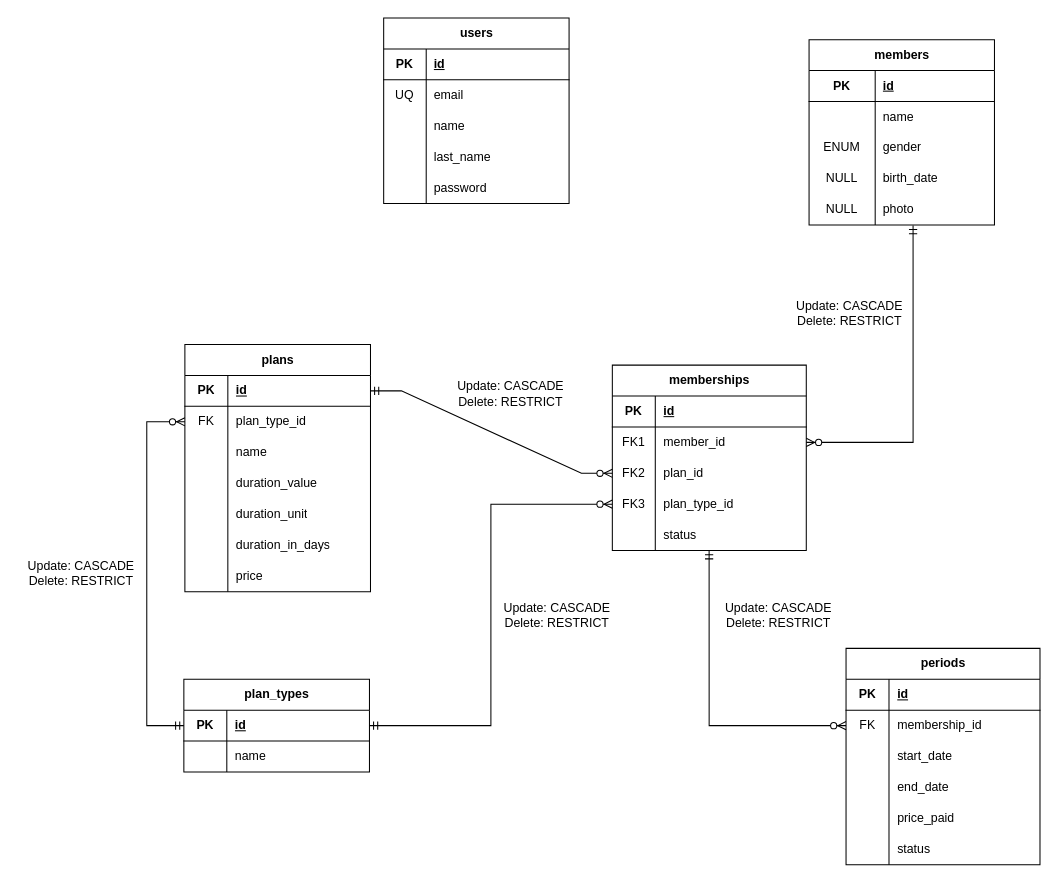
Before: docs/logical-design.drawio in hdz-kevin/TecnoGym, a draw.io diagram. Source tidied: cells renumbered, new cells numbered last; positions are measured from the earlier drawing's top-left corner, leaving out a move shared by most shapes. Both pictures are drawn from the tidied source at 103%, with x=0, y=0 at pixel (18, 18).
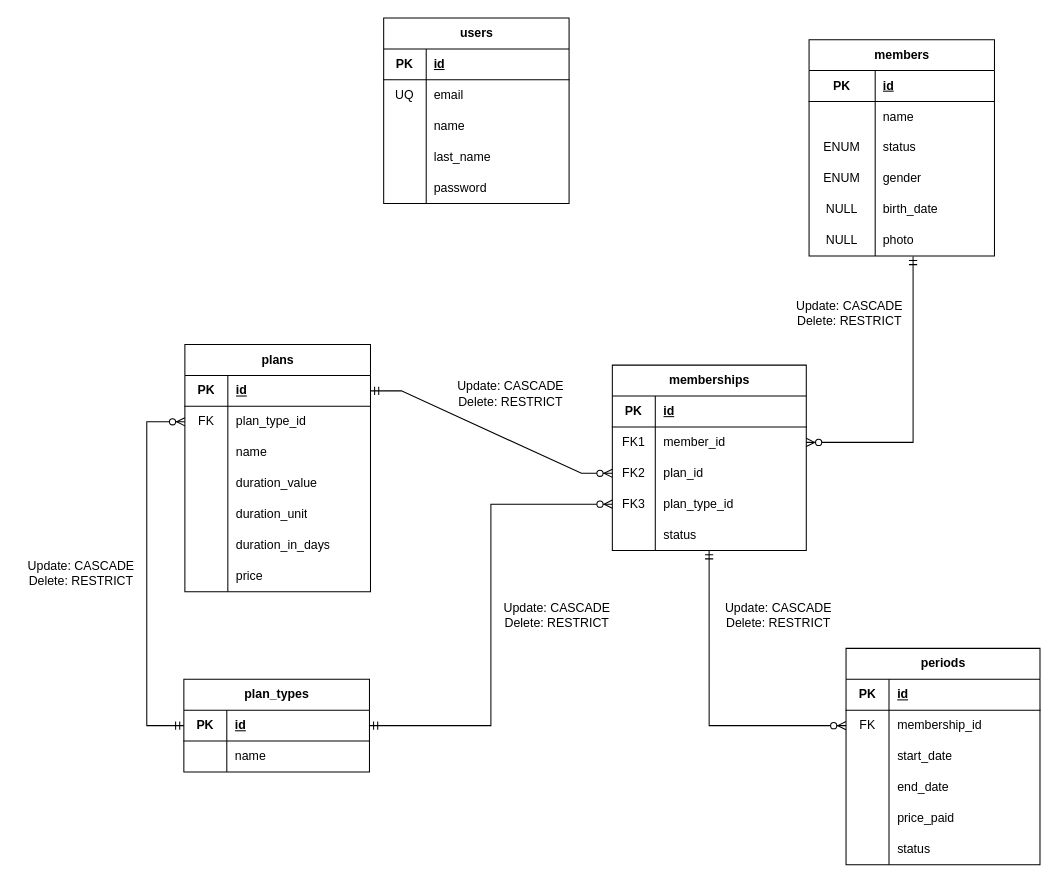
After the change.

Commit message (it also covers changes not shown here):
sort members by created_at DESC (most recent first)

The edit, as a diff of the source:
```diff
@@
     <mxCell id="18" value="members" style="shape=table;startSize=30;childLayout=tableLayout;rowLines=0;fontStyle=1;align=center;html=1;" parent="1" vertex="1">
-      <mxGeometry x="768" y="21" width="180" height="180" as="geometry" />
+      <mxGeometry x="768" y="21" width="180" height="210" as="geometry" />
     </mxCell>
@@
+    <mxCell id="109" style="shape=tableRow;horizontal=0;startSize=0;swimlaneHead=0;swimlaneBody=0;fillColor=none;top=0;left=0;right=0;bottom=0;" parent="18" vertex="1">
+      <mxGeometry y="90" width="180" height="30" as="geometry" />
+    </mxCell>
+    <mxCell id="110" value="ENUM" style="shape=partialRectangle;fillColor=none;top=0;left=0;bottom=0;right=0;overflow=hidden;whiteSpace=wrap;html=1;" parent="109" vertex="1">
+      <mxGeometry width="64.2" height="30" as="geometry" />
+    </mxCell>
+    <mxCell id="111" value="status" style="shape=partialRectangle;fillColor=none;top=0;left=0;bottom=0;right=0;align=left;spacingLeft=6;overflow=hidden;whiteSpace=wrap;html=1;" parent="109" vertex="1">
+      <mxGeometry x="64.2" width="115.8" height="30" as="geometry" />
+    </mxCell>
     <mxCell id="25" style="shape=tableRow;horizontal=0;startSize=0;swimlaneHead=0;swimlaneBody=0;fillColor=none;top=0;left=0;right=0;bottom=0;" parent="18" vertex="1">
-      <mxGeometry y="90" width="180" height="30" as="geometry" />
+      <mxGeometry y="120" width="180" height="30" as="geometry" />
     </mxCell>
@@
     <mxCell id="28" style="shape=tableRow;horizontal=0;startSize=0;swimlaneHead=0;swimlaneBody=0;fillColor=none;top=0;left=0;right=0;bottom=0;" parent="18" vertex="1">
-      <mxGeometry y="120" width="180" height="30" as="geometry" />
+      <mxGeometry y="150" width="180" height="30" as="geometry" />
     </mxCell>
@@
     <mxCell id="31" style="shape=tableRow;horizontal=0;startSize=0;swimlaneHead=0;swimlaneBody=0;fillColor=none;points=[[0,0.5],[1,0.5]];portConstraint=eastwest;top=0;left=0;right=0;bottom=0;" parent="18" vertex="1">
-      <mxGeometry y="150" width="180" height="30" as="geometry" />
+      <mxGeometry y="180" width="180" height="30" as="geometry" />
     </mxCell>
```
